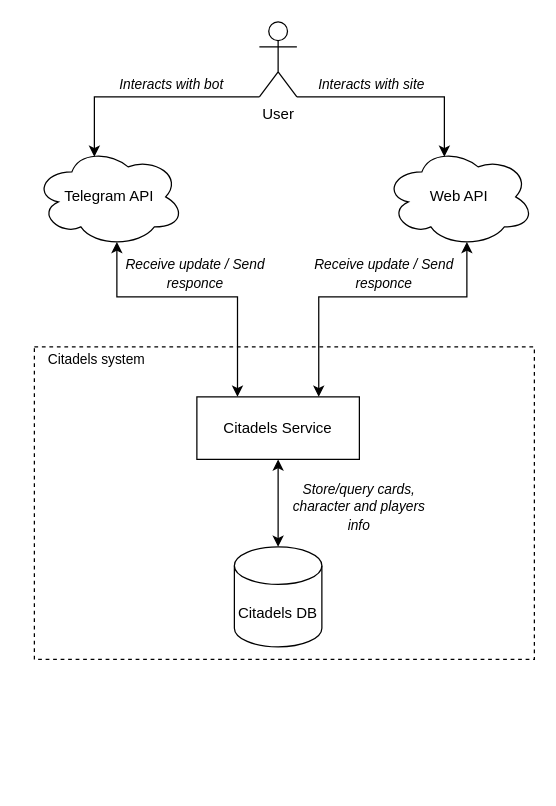
Earlier version of the draw.io diagram docs/High-level diagram.drawio (AntonArtomovNM/KCAA). Source tidied: cells renumbered, new cells numbered last; positions are measured from the earlier drawing's top-left corner, leaving out a move shared by most shapes. Both pictures are drawn from the tidied source at 125%, with x=0, y=0 at pixel (21, 21).
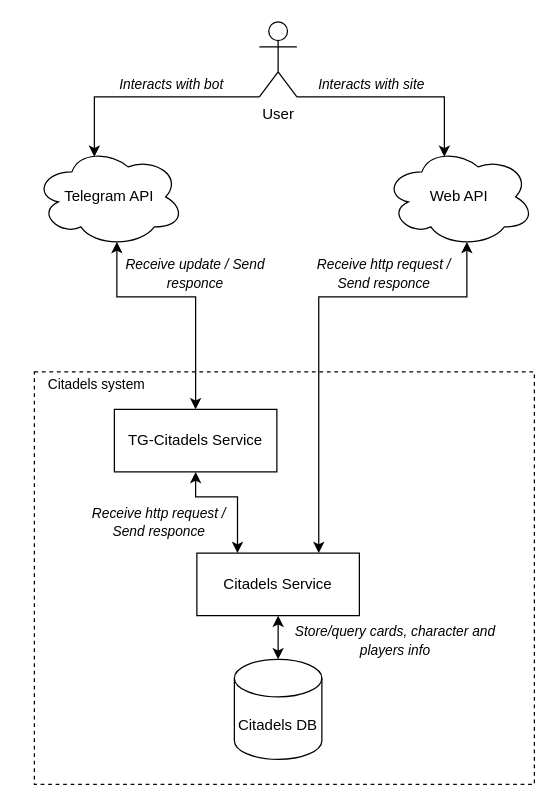
The same diagram, later.

The change refers to these unchanged cells:
```xml
<mxCell id="6" value="Telegram API" style="ellipse;shape=cloud;whiteSpace=wrap;html=1;" parent="1" vertex="1">
  <mxGeometry x="10" y="100" width="120" height="80" as="geometry" />
</mxCell>
```

What changed in the source:
```diff
@@
-    <mxCell id="5" style="edgeStyle=orthogonalEdgeStyle;rounded=0;jettySize=auto;html=1;exitX=0.55;exitY=0.95;exitDx=0;exitDy=0;exitPerimeter=0;entryX=0.25;entryY=0;entryDx=0;entryDy=0;startArrow=classic;startFill=1;" parent="1" edge="1" source="6" target="11">
+    <mxCell id="5" style="edgeStyle=orthogonalEdgeStyle;rounded=0;jettySize=auto;html=1;exitX=0.55;exitY=0.95;exitDx=0;exitDy=0;exitPerimeter=0;entryX=0.5;entryY=0;entryDx=0;entryDy=0;startArrow=classic;startFill=1;" parent="1" edge="1" source="6" target="19">
       <mxGeometry relative="1" as="geometry">
         <Array as="points">
           <mxPoint x="76" y="220" />
-          <mxPoint x="172" y="220" />
+          <mxPoint x="139" y="220" />
         </Array>
       </mxGeometry>
     </mxCell>
@@
     <mxCell id="9" style="rounded=0;whiteSpace=wrap;html=1;fillColor=none;dashed=1;" parent="1" vertex="1">
-      <mxGeometry x="10" y="260" width="400" height="250" as="geometry" />
+      <mxGeometry x="10" y="280" width="400" height="330" as="geometry" />
     </mxCell>
@@
     <mxCell id="11" value="Citadels Service" style="rounded=0;whiteSpace=wrap;html=1;fillColor=none;" parent="1" vertex="1">
-      <mxGeometry x="140" y="300" width="130" height="50" as="geometry" />
+      <mxGeometry x="140" y="425" width="130" height="50" as="geometry" />
     </mxCell>
@@
-    <mxCell id="15" value="&lt;i&gt;&lt;font style=&quot;font-size: 11px&quot;&gt;Receive update / Send responce&lt;/font&gt;&lt;/i&gt;" style="text;html=1;strokeColor=none;fillColor=none;align=center;verticalAlign=middle;whiteSpace=wrap;rounded=0;" parent="1" vertex="1">
+    <mxCell id="15" value="&lt;i&gt;&lt;font&gt;&lt;span style=&quot;font-size: 11px&quot;&gt;Receive http request&amp;nbsp;/ Send responce&lt;/span&gt;&lt;/font&gt;&lt;/i&gt;" style="text;html=1;strokeColor=none;fillColor=none;align=center;verticalAlign=middle;whiteSpace=wrap;rounded=0;" parent="1" vertex="1">
       <mxGeometry x="230" y="191" width="120" height="20" as="geometry" />
     </mxCell>
     <mxCell id="16" value="Citadels DB" style="shape=cylinder3;whiteSpace=wrap;html=1;boundedLbl=1;backgroundOutline=1;size=15;fillColor=none;" parent="1" vertex="1">
-      <mxGeometry x="170" y="420" width="70" height="80" as="geometry" />
+      <mxGeometry x="170" y="510" width="70" height="80" as="geometry" />
     </mxCell>
     <mxCell id="17" value="&lt;i&gt;&lt;font style=&quot;font-size: 11px&quot;&gt;Store/query cards, character and players info&lt;/font&gt;&lt;/i&gt;" style="text;html=1;strokeColor=none;fillColor=none;align=center;verticalAlign=middle;whiteSpace=wrap;rounded=0;" parent="1" vertex="1">
-      <mxGeometry x="210" y="378" width="120" height="20" as="geometry" />
+      <mxGeometry x="214" y="484.5" width="170" height="20" as="geometry" />
     </mxCell>
     <mxCell id="18" value="&lt;font style=&quot;font-size: 11px&quot;&gt;Citadels system&lt;/font&gt;" style="text;html=1;strokeColor=none;fillColor=none;align=center;verticalAlign=middle;whiteSpace=wrap;rounded=0;" parent="1" vertex="1">
-      <mxGeometry y="260" width="120" height="20" as="geometry" />
+      <mxGeometry y="280" width="120" height="20" as="geometry" />
     </mxCell>
+    <mxCell id="19" value="TG-Citadels Service" style="rounded=0;whiteSpace=wrap;html=1;fillColor=none;" parent="1" vertex="1">
+      <mxGeometry x="74" y="310" width="130" height="50" as="geometry" />
+    </mxCell>
+    <mxCell id="20" style="edgeStyle=orthogonalEdgeStyle;rounded=0;jettySize=auto;html=1;exitX=0.5;exitY=1;exitDx=0;exitDy=0;entryX=0.25;entryY=0;entryDx=0;entryDy=0;startArrow=classic;startFill=1;" parent="1" edge="1" source="19" target="11">
+      <mxGeometry relative="1" as="geometry">
+        <Array as="points">
+          <mxPoint x="139" y="380" />
+          <mxPoint x="173" y="380" />
+        </Array>
+      </mxGeometry>
+    </mxCell>
+    <mxCell id="21" value="&lt;i&gt;&lt;font&gt;&lt;span style=&quot;font-size: 11px&quot;&gt;Receive http request&amp;nbsp;/ Send responce&lt;/span&gt;&lt;/font&gt;&lt;/i&gt;" style="text;html=1;strokeColor=none;fillColor=none;align=center;verticalAlign=middle;whiteSpace=wrap;rounded=0;" parent="1" vertex="1">
+      <mxGeometry x="50" y="390" width="120" height="20" as="geometry" />
+    </mxCell>
```
